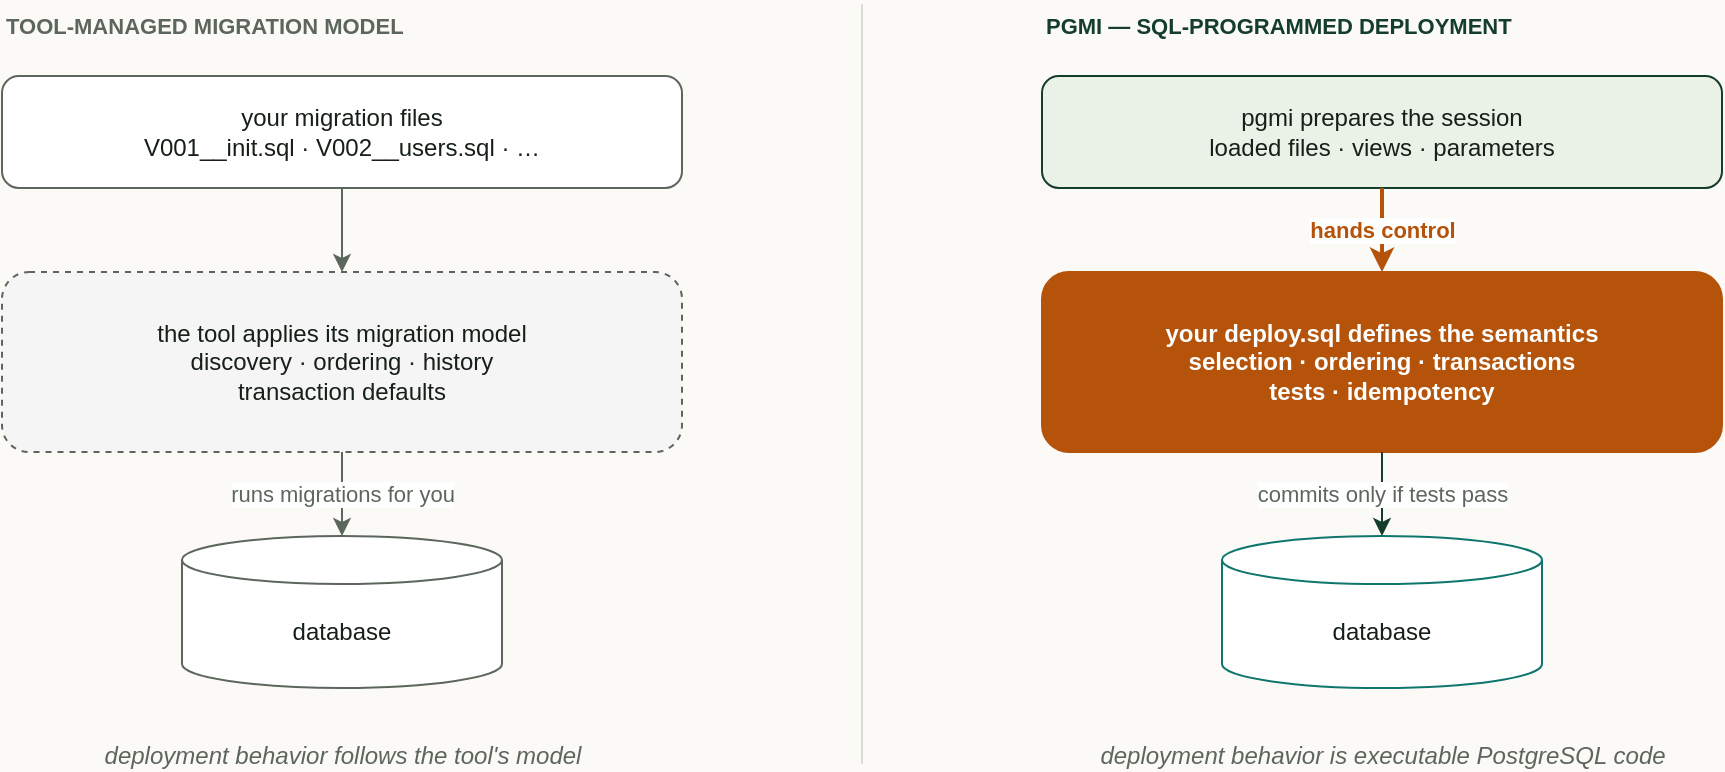
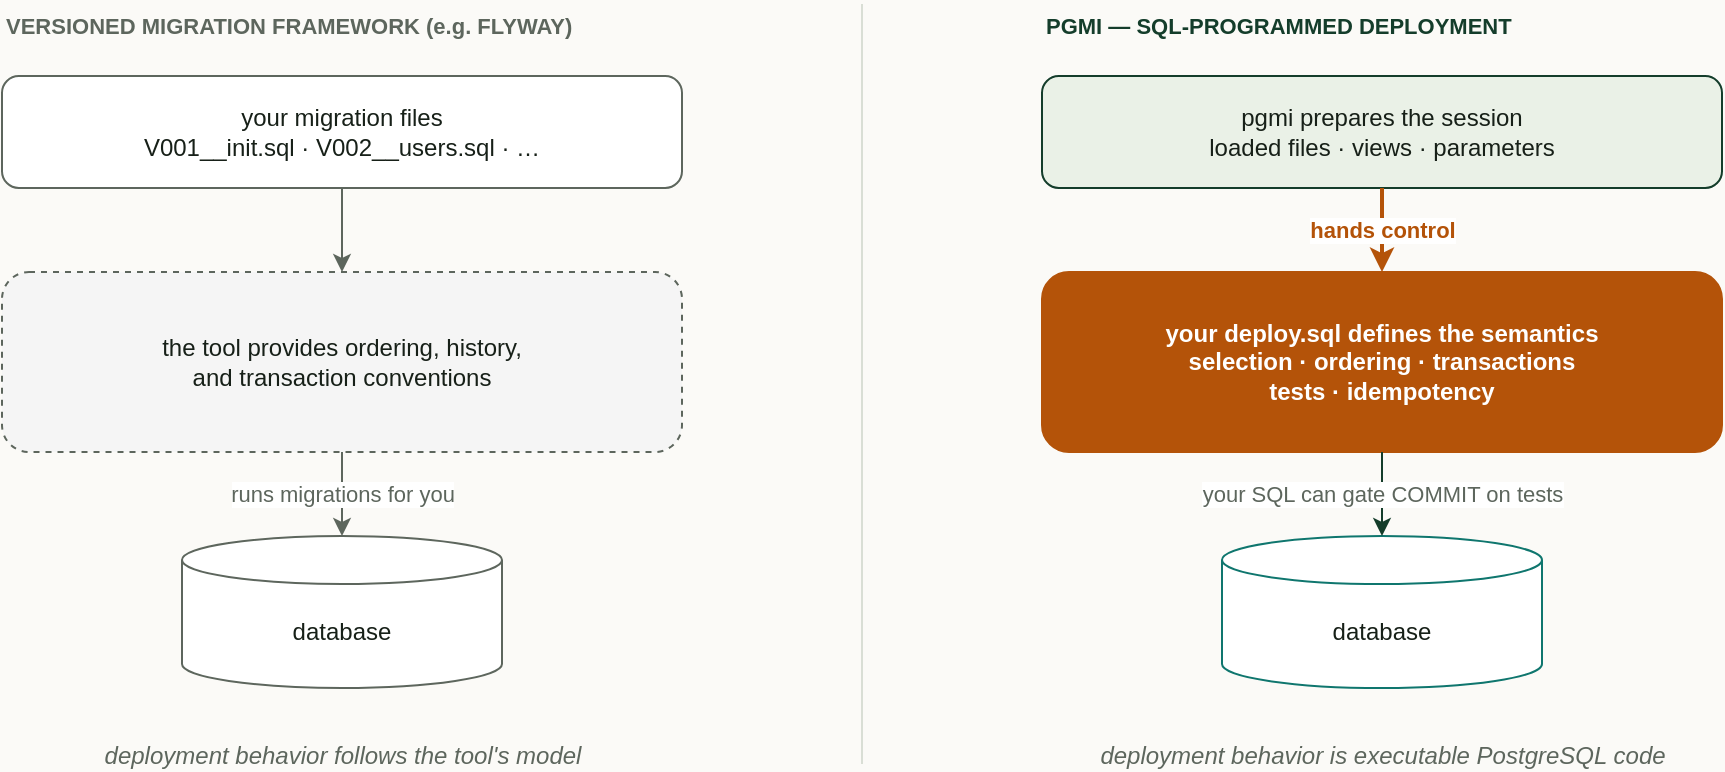
<mxGraphModel adaptiveColors="none" background="#fbfaf7" grid="0" page="1" pageWidth="980" pageHeight="440">
  <root>
    <mxCell id="0" />
    <mxCell id="1" parent="0" />
-     <mxCell id="lblL" value="TOOL-MANAGED MIGRATION MODEL" style="text;html=1;align=left;fontStyle=1;fontSize=11;fontColor=#5d665d;" vertex="1" parent="1"><mxGeometry x="60" y="28" width="300" height="20" as="geometry" /></mxCell>
+     <mxCell id="lblL" value="VERSIONED MIGRATION FRAMEWORK (e.g. FLYWAY)" style="text;html=1;align=left;fontStyle=1;fontSize=11;fontColor=#5d665d;" vertex="1" parent="1"><mxGeometry x="60" y="28" width="360" height="20" as="geometry" /></mxCell>
    <mxCell id="lblR" value="PGMI — SQL-PROGRAMMED DEPLOYMENT" style="text;html=1;align=left;fontStyle=1;fontSize=11;fontColor=#143d2b;" vertex="1" parent="1"><mxGeometry x="580" y="28" width="320" height="20" as="geometry" /></mxCell>
    <mxCell id="div" style="html=1;endArrow=none;strokeColor=#d9ded5;" edge="1" parent="1"><mxGeometry relative="1" as="geometry"><mxPoint x="490" y="30" as="sourcePoint" /><mxPoint x="490" y="410" as="targetPoint" /></mxGeometry></mxCell>
    <mxCell id="l1" value="your migration files&#10;V001__init.sql · V002__users.sql · …" style="rounded=1;whiteSpace=wrap;html=1;fillColor=#ffffff;strokeColor=#5d665d;fontColor=#172018;fontSize=12" vertex="1" parent="1"><mxGeometry x="60" y="66" width="340" height="56" as="geometry" /></mxCell>
-     <mxCell id="l2" value="the tool applies its migration model&#10;discovery · ordering · history&#10;transaction defaults" style="rounded=1;whiteSpace=wrap;html=1;fillColor=#f5f5f5;strokeColor=#5d665d;dashed=1;fontColor=#172018;fontSize=12" vertex="1" parent="1"><mxGeometry x="60" y="164" width="340" height="90" as="geometry" /></mxCell>
+     <mxCell id="l2" value="the tool provides ordering, history,&#10;and transaction conventions" style="rounded=1;whiteSpace=wrap;html=1;fillColor=#f5f5f5;strokeColor=#5d665d;dashed=1;fontColor=#172018;fontSize=12" vertex="1" parent="1"><mxGeometry x="60" y="164" width="340" height="90" as="geometry" /></mxCell>
    <mxCell id="l3" value="database" style="shape=cylinder3;whiteSpace=wrap;html=1;boundedLbl=1;backgroundOutline=1;size=12;fillColor=#ffffff;strokeColor=#5d665d;fontColor=#172018;fontSize=12" vertex="1" parent="1"><mxGeometry x="150" y="296" width="160" height="76" as="geometry" /></mxCell>
    <mxCell id="le1" style="html=1;endArrow=classic;strokeColor=#5d665d;exitX=0.5;exitY=1;entryX=0.5;entryY=0" edge="1" parent="1" source="l1" target="l2"><mxGeometry relative="1" as="geometry" /></mxCell>
    <mxCell id="le2" value="runs migrations for you" style="html=1;endArrow=classic;strokeColor=#5d665d;fontColor=#5d665d;fontSize=11;exitX=0.5;exitY=1;entryX=0.5;entryY=0" edge="1" parent="1" source="l2" target="l3"><mxGeometry relative="1" as="geometry" /></mxCell>
    <mxCell id="lcap" value="deployment behavior follows the tool's model" style="text;html=1;align=center;fontStyle=2;fontSize=12;fontColor=#5d665d;" vertex="1" parent="1"><mxGeometry x="60" y="392" width="340" height="20" as="geometry" /></mxCell>
    <mxCell id="r1" value="pgmi prepares the session&#10;loaded files · views · parameters" style="rounded=1;whiteSpace=wrap;html=1;fillColor=#eaf1e7;strokeColor=#143d2b;fontColor=#172018;fontSize=12" vertex="1" parent="1"><mxGeometry x="580" y="66" width="340" height="56" as="geometry" /></mxCell>
    <mxCell id="r2" value="your deploy.sql defines the semantics&#10;selection · ordering · transactions&#10;tests · idempotency" style="rounded=1;whiteSpace=wrap;html=1;fillColor=#b45309;strokeColor=#b45309;fontColor=#ffffff;fontStyle=1;fontSize=12" vertex="1" parent="1"><mxGeometry x="580" y="164" width="340" height="90" as="geometry" /></mxCell>
    <mxCell id="r3" value="database" style="shape=cylinder3;whiteSpace=wrap;html=1;boundedLbl=1;backgroundOutline=1;size=12;fillColor=#ffffff;strokeColor=#0f766e;fontColor=#172018;fontSize=12" vertex="1" parent="1"><mxGeometry x="670" y="296" width="160" height="76" as="geometry" /></mxCell>
    <mxCell id="re1" value="hands control" style="html=1;endArrow=classic;strokeColor=#b45309;strokeWidth=2;fontColor=#b45309;fontStyle=1;fontSize=11;exitX=0.5;exitY=1;entryX=0.5;entryY=0" edge="1" parent="1" source="r1" target="r2"><mxGeometry relative="1" as="geometry" /></mxCell>
-     <mxCell id="re2" value="commits only if tests pass" style="html=1;endArrow=classic;strokeColor=#143d2b;fontColor=#5d665d;fontSize=11;exitX=0.5;exitY=1;entryX=0.5;entryY=0" edge="1" parent="1" source="r2" target="r3"><mxGeometry relative="1" as="geometry" /></mxCell>
+     <mxCell id="re2" value="your SQL can gate COMMIT on tests" style="html=1;endArrow=classic;strokeColor=#143d2b;fontColor=#5d665d;fontSize=11;exitX=0.5;exitY=1;entryX=0.5;entryY=0" edge="1" parent="1" source="r2" target="r3"><mxGeometry relative="1" as="geometry" /></mxCell>
    <mxCell id="rcap" value="deployment behavior is executable PostgreSQL code" style="text;html=1;align=center;fontStyle=2;fontSize=12;fontColor=#5d665d;" vertex="1" parent="1"><mxGeometry x="580" y="392" width="340" height="20" as="geometry" /></mxCell>
  </root>
</mxGraphModel>
